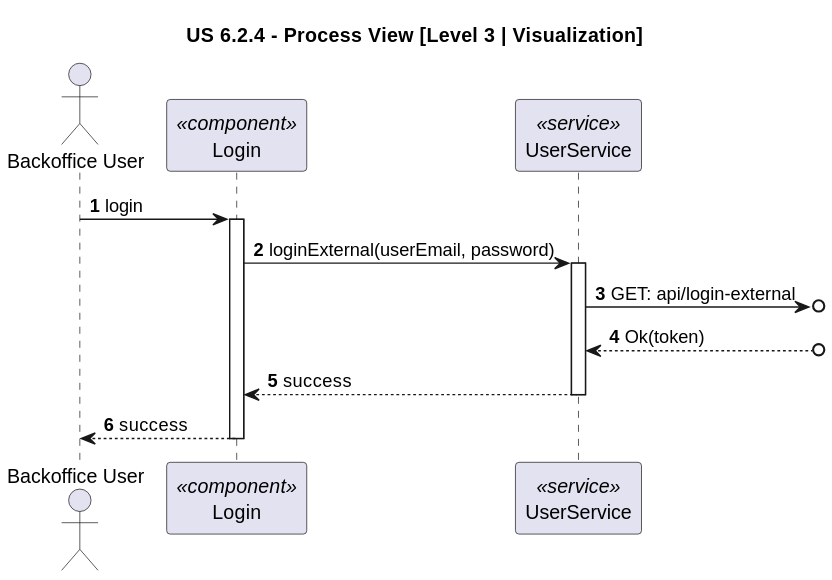
rita-barbosa/LAPR5-2425 keeps this PlantUML diagram as docs/sprint-2/1220683/us-6.2.4/Process_View/Level-3/us6.2.4-process-view-visualization-lvl3.svg. Above is the earlier version.
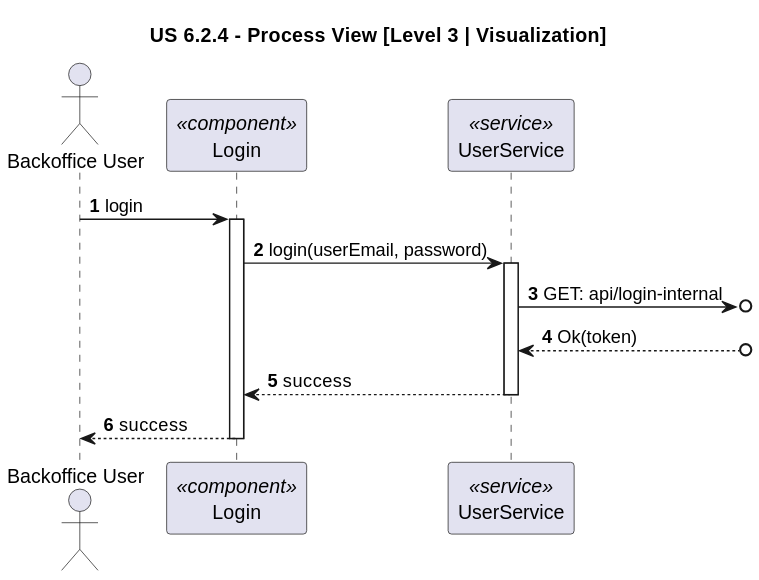
The same file after the commit.

What changed in the source:
```diff
@@ -9,10 +9,10 @@
 USER -> UPP : login
 activate UPP
 
-UPP -> PS : loginExternal(userEmail, password)
+UPP -> PS : login(userEmail, password)
 activate PS
 
-PS ->o] : GET: api/login-external
+PS ->o] : GET: api/login-internal
 
 PS <--o] : Ok(token)
 
```
